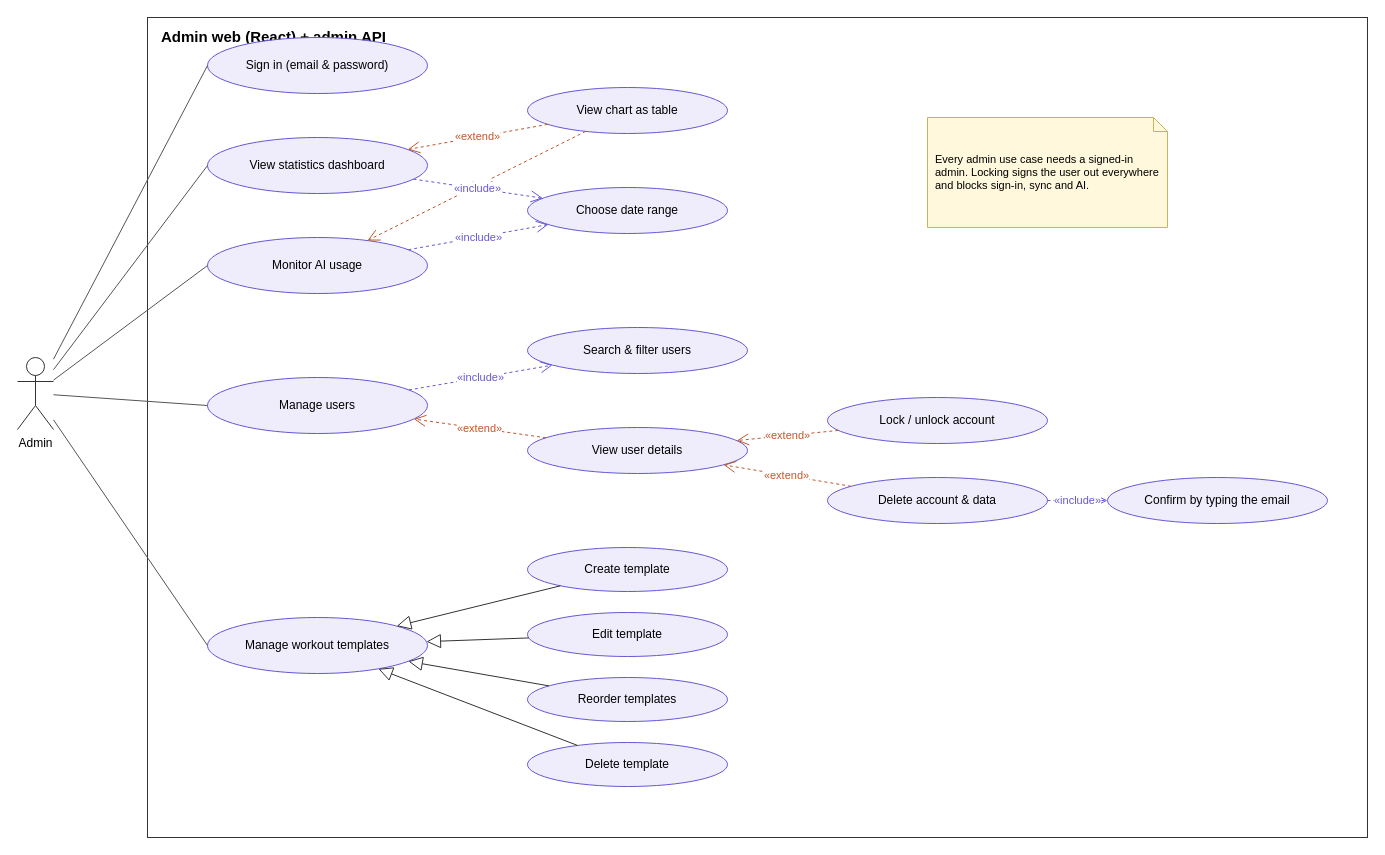
Above: page "Admin web" (7 of 7) of docs/usecase.drawio in PRM-393-G5/fitflow (draw.io), before the change. Source tidied: cells renumbered, new cells numbered last; positions are measured from the earlier drawing's top-left corner, leaving out a move shared by most shapes. Both pictures are drawn from the tidied source at 100%, with x=0, y=0 at pixel (17, 17).
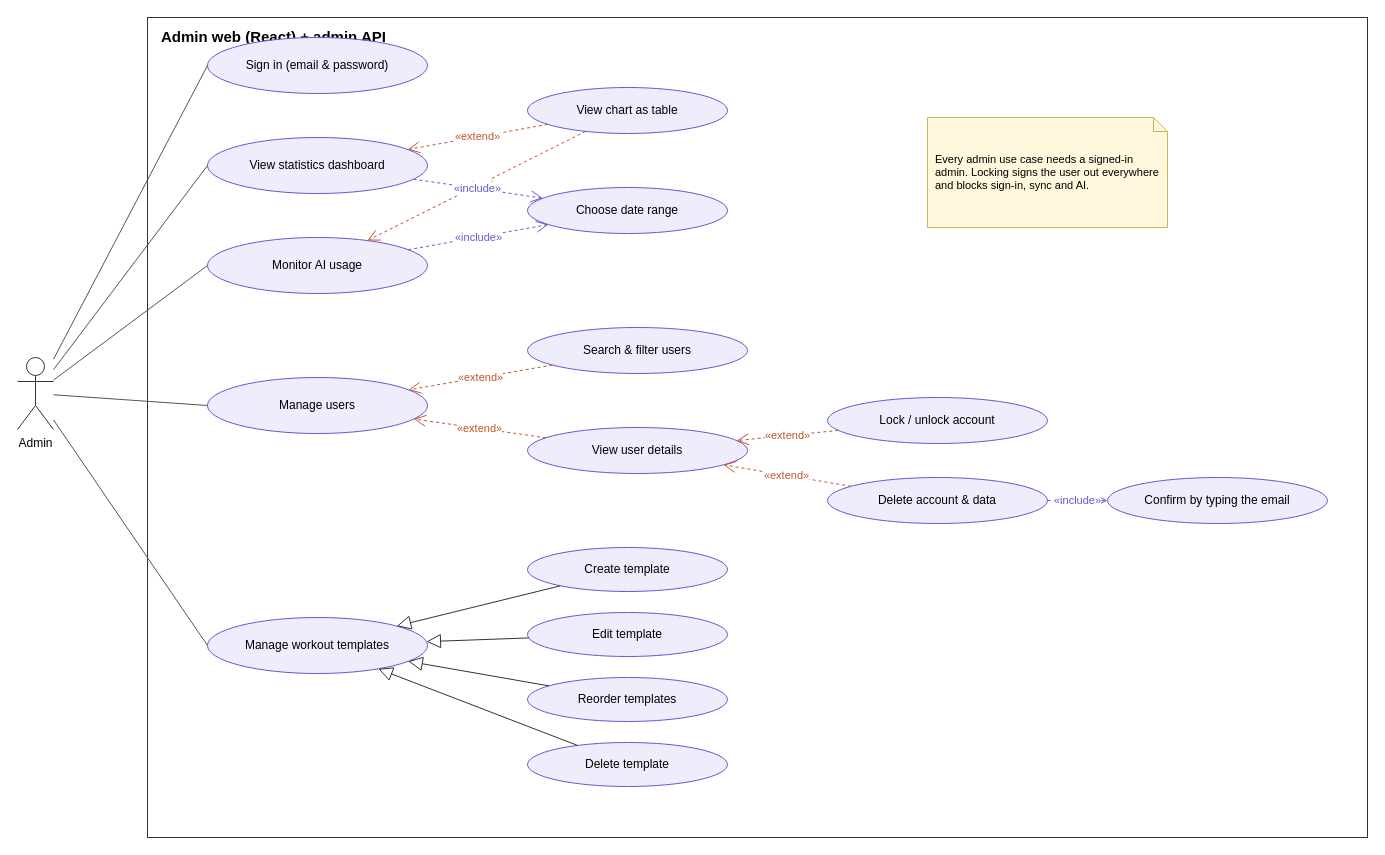
After the change.

Commit message (it also covers changes not shown here):
Tighten the UML: optional steps extend, a discard path on sign-out

Unchanged cells that the change refers to:
```xml
<mxCell id="7" value="Manage users" style="ellipse;whiteSpace=wrap;html=1;fillColor=#EFEDFB;strokeColor=#6558D3;fontSize=12;" parent="1" vertex="1">
  <mxGeometry x="190" y="360" width="220" height="56" as="geometry" />
</mxCell>
<mxCell id="11" value="Search &amp; filter users" style="ellipse;whiteSpace=wrap;html=1;fillColor=#EFEDFB;strokeColor=#6558D3;fontSize=12;" parent="1" vertex="1">
  <mxGeometry x="510" y="310" width="220" height="46" as="geometry" />
</mxCell>
```

The edit, as a diff of the source:
```diff
@@
-    <mxCell id="30" value="«include»" style="endArrow=open;endSize=10;dashed=1;html=1;strokeColor=#6558D3;fontColor=#6558D3;fontSize=11;" parent="1" edge="1" source="7" target="11">
+    <mxCell id="30" value="«extend»" style="endArrow=open;endSize=10;dashed=1;html=1;strokeColor=#c0562a;fontColor=#c0562a;fontSize=11;" parent="1" edge="1" source="11" target="7">
       <mxGeometry relative="1" as="geometry" />
     </mxCell>
```
